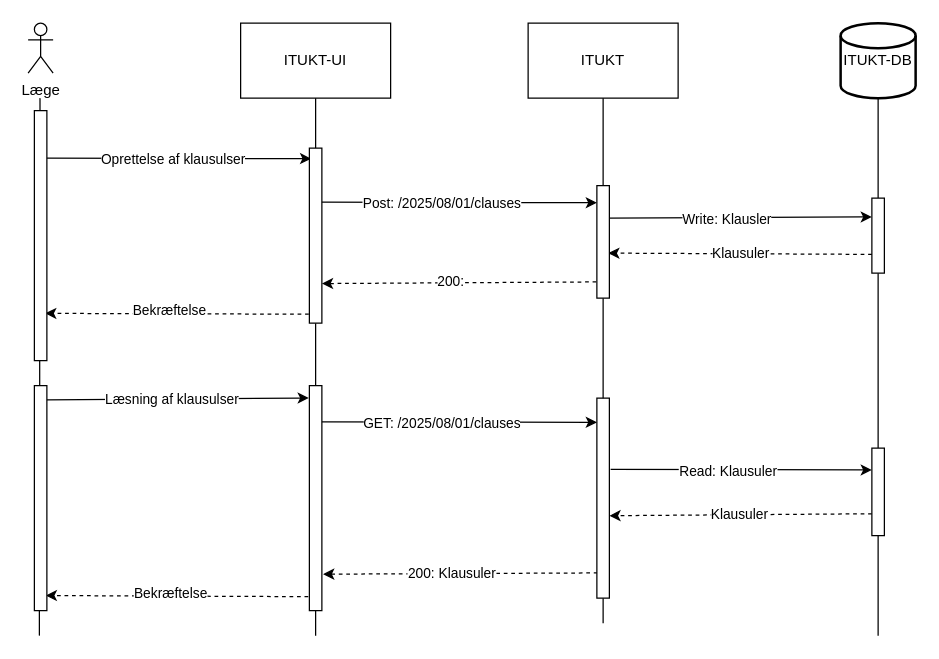
Earlier version of the draw.io diagram documentation/diagrams/sequence_diagram_management.drawio (KvalitetsIT/klausuleret-tilskud-valideringskomponent). Source tidied: cells renumbered, new cells numbered last; positions are measured from the earlier drawing's top-left corner, leaving out a move shared by most shapes. Both pictures are drawn from the tidied source at 125%, with x=0, y=0 at pixel (28, 22).
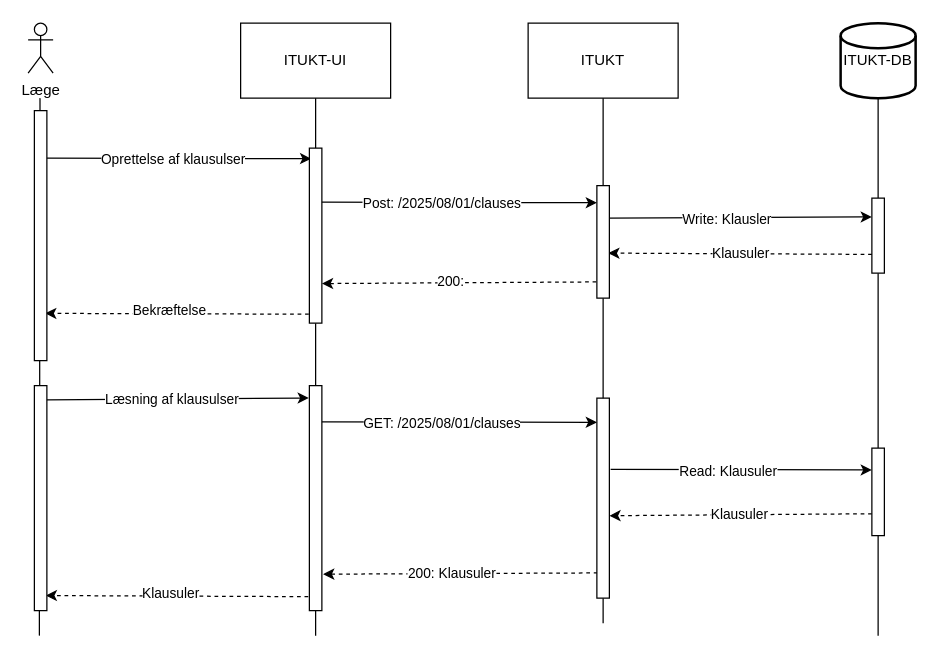
After the change.

The change refers to these unchanged cells:
```xml
<mxCell id="11" style="endArrow=classic;html=1;rounded=0;dashed=1;entryX=0.91;entryY=0.933;entryDx=0;entryDy=0;entryPerimeter=0;exitX=-0.09;exitY=0.938;exitDx=0;exitDy=0;exitPerimeter=0;" parent="1" edge="1" source="40" target="38">
  <mxGeometry relative="1" as="geometry" />
</mxCell>
```

Diff of the diagram source:
```diff
@@
-    <mxCell id="12" value="Bekræftelse" style="edgeLabel;html=1;align=center;verticalAlign=middle;" parent="11" vertex="1">
+    <mxCell id="12" value="Klausuler" style="edgeLabel;html=1;align=center;verticalAlign=middle;" parent="11" vertex="1">
       <mxGeometry x="0.06" y="-3" relative="1" as="geometry" />
     </mxCell>
```
